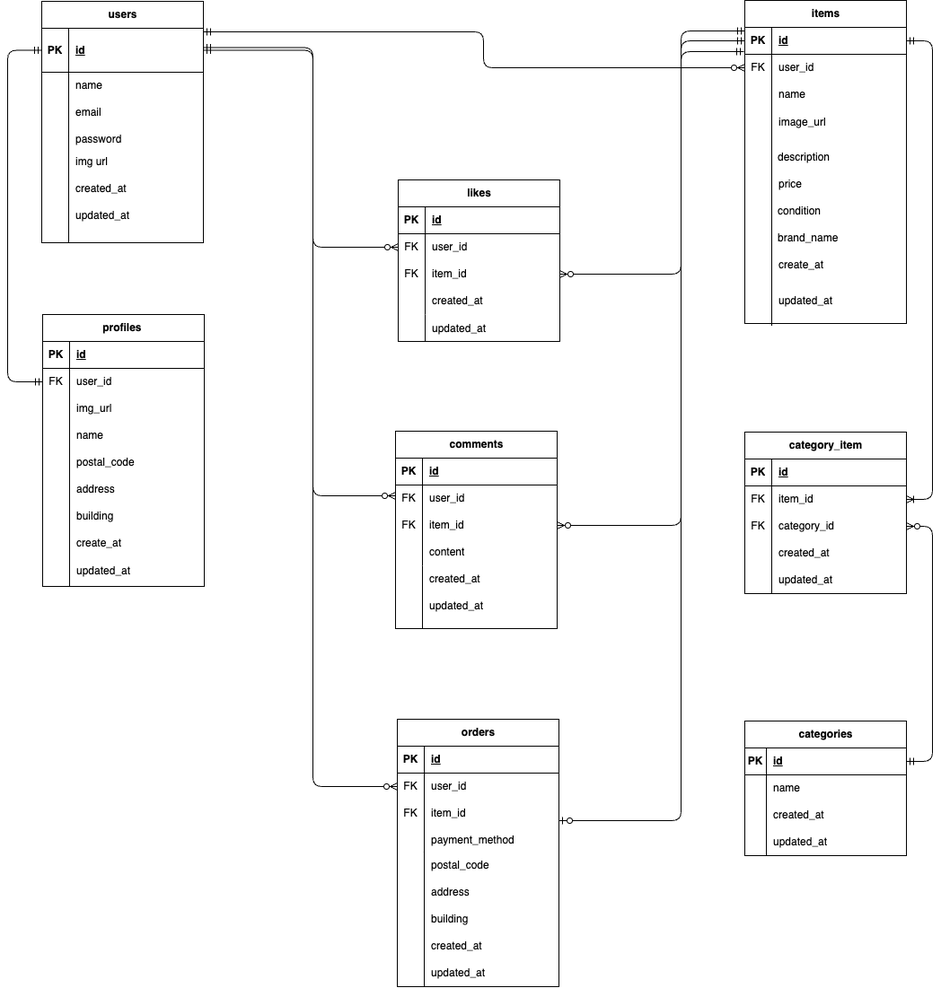
This is er-diagram.drawio.png from Ayana-del/coachtech-furima, a draw.io export, as it was before one commit. Source tidied: cells renumbered, new cells last; positions are measured from the earlier drawing's top-left corner, leaving out a move shared by most shapes.
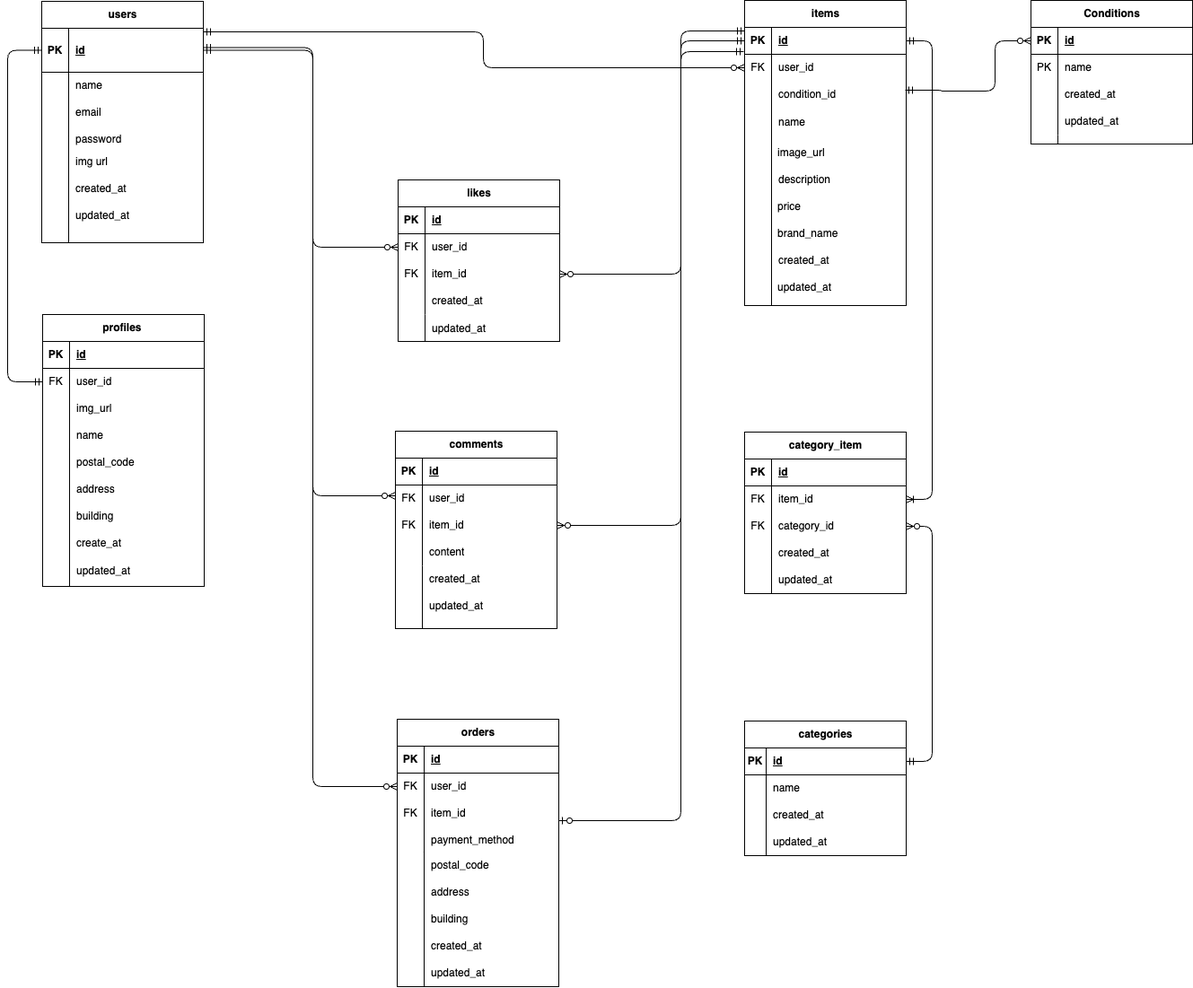
After the commit.

What changed in the source:
```diff
@@ -120,7 +120,7 @@
       <mxGeometry x="69" y="470" width="150" height="30" as="geometry" />
     </mxCell>
     <mxCell id="39" value="items" style="shape=table;startSize=30;rowLines=0;fontStyle=1;align=center;html=1;" parent="1" vertex="1">
-      <mxGeometry x="821" width="180" height="360" as="geometry" />
+      <mxGeometry x="821" width="180" height="340" as="geometry" />
     </mxCell>
     <mxCell id="40" style="shape=tableRow;horizontal=0;startSize=0;swimlaneHead=0;swimlaneBody=0;fillColor=none;points=[[0,0.5],[1,0.5]];portConstraint=eastwest;top=0;left=0;right=0;bottom=1;" parent="39" vertex="1">
       <mxGeometry y="30" width="180" height="30" as="geometry" />
@@ -146,7 +146,7 @@
     <mxCell id="47" style="shape=partialRectangle;fillColor=none;top=0;left=0;bottom=0;right=0;overflow=hidden;whiteSpace=wrap;html=1;" parent="46" vertex="1">
       <mxGeometry width="30" height="30" as="geometry" />
     </mxCell>
-    <mxCell id="48" value="name" style="shape=partialRectangle;fillColor=none;top=0;left=0;bottom=0;right=0;align=left;spacingLeft=6;overflow=hidden;whiteSpace=wrap;html=1;" parent="46" vertex="1">
+    <mxCell id="48" value="condition_id" style="shape=partialRectangle;fillColor=none;top=0;left=0;bottom=0;right=0;align=left;spacingLeft=6;overflow=hidden;whiteSpace=wrap;html=1;" parent="46" vertex="1">
       <mxGeometry x="30" width="150" height="30" as="geometry" />
     </mxCell>
     <mxCell id="49" style="shape=tableRow;horizontal=0;startSize=0;swimlaneHead=0;swimlaneBody=0;fillColor=none;top=0;left=0;right=0;bottom=0;" parent="39" vertex="1">
@@ -158,27 +158,27 @@
     <mxCell id="51" style="shape=partialRectangle;fillColor=none;top=0;left=0;bottom=0;right=0;align=left;spacingLeft=6;overflow=hidden;whiteSpace=wrap;html=1;" parent="49" vertex="1">
       <mxGeometry x="30" width="150" height="30" as="geometry" />
     </mxCell>
-    <mxCell id="52" value="description" style="shape=partialRectangle;fillColor=none;top=0;left=0;bottom=0;right=0;align=left;spacingLeft=6;overflow=hidden;whiteSpace=wrap;html=1;" parent="1" vertex="1">
-      <mxGeometry x="850" y="160" width="150" height="30" as="geometry" />
+    <mxCell id="52" value="image_url" style="shape=partialRectangle;fillColor=none;top=0;left=0;bottom=0;right=0;align=left;spacingLeft=6;overflow=hidden;whiteSpace=wrap;html=1;" parent="1" vertex="1">
+      <mxGeometry x="850" y="155" width="150" height="30" as="geometry" />
     </mxCell>
-    <mxCell id="53" value="price" style="shape=partialRectangle;fillColor=none;top=0;left=0;bottom=0;right=0;align=left;spacingLeft=6;overflow=hidden;whiteSpace=wrap;html=1;" parent="1" vertex="1">
-      <mxGeometry x="851" y="190" width="150" height="30" as="geometry" />
+    <mxCell id="53" value="description" style="shape=partialRectangle;fillColor=none;top=0;left=0;bottom=0;right=0;align=left;spacingLeft=6;overflow=hidden;whiteSpace=wrap;html=1;" parent="1" vertex="1">
+      <mxGeometry x="851" y="185" width="150" height="30" as="geometry" />
     </mxCell>
-    <mxCell id="54" value="condition" style="shape=partialRectangle;fillColor=none;top=0;left=0;bottom=0;right=0;align=left;spacingLeft=6;overflow=hidden;whiteSpace=wrap;html=1;" parent="1" vertex="1">
-      <mxGeometry x="850" y="220" width="150" height="30" as="geometry" />
+    <mxCell id="54" value="price" style="shape=partialRectangle;fillColor=none;top=0;left=0;bottom=0;right=0;align=left;spacingLeft=6;overflow=hidden;whiteSpace=wrap;html=1;" parent="1" vertex="1">
+      <mxGeometry x="850" y="215" width="150" height="30" as="geometry" />
     </mxCell>
     <mxCell id="55" value="brand_name" style="shape=partialRectangle;fillColor=none;top=0;left=0;bottom=0;right=0;align=left;spacingLeft=6;overflow=hidden;whiteSpace=wrap;html=1;" parent="1" vertex="1">
-      <mxGeometry x="850" y="250" width="150" height="30" as="geometry" />
+      <mxGeometry x="850" y="245" width="150" height="30" as="geometry" />
     </mxCell>
-    <mxCell id="56" value="create_at" style="shape=partialRectangle;fillColor=none;top=0;left=0;bottom=0;right=0;align=left;spacingLeft=6;overflow=hidden;whiteSpace=wrap;html=1;" parent="1" vertex="1">
-      <mxGeometry x="851" y="280" width="150" height="30" as="geometry" />
+    <mxCell id="56" value="created_at" style="shape=partialRectangle;fillColor=none;top=0;left=0;bottom=0;right=0;align=left;spacingLeft=6;overflow=hidden;whiteSpace=wrap;html=1;" parent="1" vertex="1">
+      <mxGeometry x="851" y="275" width="150" height="30" as="geometry" />
     </mxCell>
     <mxCell id="57" value="updated_at" style="shape=partialRectangle;fillColor=none;top=0;left=0;bottom=0;right=0;align=left;spacingLeft=6;overflow=hidden;whiteSpace=wrap;html=1;" parent="1" vertex="1">
-      <mxGeometry x="851" y="320" width="150" height="30" as="geometry" />
+      <mxGeometry x="850" y="305" width="150" height="30" as="geometry" />
     </mxCell>
     <mxCell id="58" style="endArrow=none;html=1;" parent="1" edge="1">
       <mxGeometry relative="1" as="geometry">
-        <mxPoint x="851" y="362.5" as="sourcePoint" />
+        <mxPoint x="851" y="340" as="sourcePoint" />
         <mxPoint x="851" y="117.5" as="targetPoint" />
       </mxGeometry>
     </mxCell>
@@ -428,7 +428,7 @@
         <mxPoint x="464" y="949" as="targetPoint" />
       </mxGeometry>
     </mxCell>
-    <mxCell id="137" value="image_url" style="shape=partialRectangle;fillColor=none;top=0;left=0;bottom=0;right=0;align=left;spacingLeft=6;overflow=hidden;whiteSpace=wrap;html=1;" parent="1" vertex="1">
+    <mxCell id="137" value="name" style="shape=partialRectangle;fillColor=none;top=0;left=0;bottom=0;right=0;align=left;spacingLeft=6;overflow=hidden;whiteSpace=wrap;html=1;" parent="1" vertex="1">
       <mxGeometry x="851" y="120.5" width="150" height="30" as="geometry" />
     </mxCell>
     <mxCell id="138" style="fontSize=12;html=1;endArrow=ERzeroToMany;startArrow=ERmandOne;edgeStyle=orthogonalEdgeStyle;entryX=0;entryY=0.5;entryDx=0;entryDy=0;" parent="1" edge="1" target="43">
@@ -517,5 +517,61 @@
         </Array>
       </mxGeometry>
     </mxCell>
+    <mxCell id="148" value="Conditions" style="shape=table;startSize=30;rowLines=0;fontStyle=1;align=center;html=1;" parent="1" vertex="1">
+      <mxGeometry x="1140" width="180" height="160" as="geometry" />
+    </mxCell>
+    <mxCell id="149" style="shape=tableRow;horizontal=0;startSize=0;swimlaneHead=0;swimlaneBody=0;fillColor=none;points=[[0,0.5],[1,0.5]];portConstraint=eastwest;top=0;left=0;right=0;bottom=1;" parent="148" vertex="1">
+      <mxGeometry y="30" width="180" height="30" as="geometry" />
+    </mxCell>
+    <mxCell id="150" value="PK" style="shape=partialRectangle;fillColor=none;top=0;left=0;bottom=0;right=0;fontStyle=1;overflow=hidden;whiteSpace=wrap;html=1;" parent="149" vertex="1">
+      <mxGeometry width="30" height="30" as="geometry" />
+    </mxCell>
+    <mxCell id="151" value="id" style="shape=partialRectangle;fillColor=none;top=0;left=0;bottom=0;right=0;align=left;spacingLeft=6;fontStyle=5;overflow=hidden;whiteSpace=wrap;html=1;" parent="149" vertex="1">
+      <mxGeometry x="30" width="150" height="30" as="geometry" />
+    </mxCell>
+    <mxCell id="152" style="shape=tableRow;horizontal=0;startSize=0;swimlaneHead=0;swimlaneBody=0;fillColor=none;top=0;left=0;right=0;bottom=0;" parent="148" vertex="1">
+      <mxGeometry y="60" width="180" height="30" as="geometry" />
+    </mxCell>
+    <mxCell id="153" value="PK" style="shape=partialRectangle;fillColor=none;top=0;left=0;bottom=0;right=0;overflow=hidden;whiteSpace=wrap;html=1;" parent="152" vertex="1">
+      <mxGeometry width="30" height="30" as="geometry" />
+    </mxCell>
+    <mxCell id="154" value="name" style="shape=partialRectangle;fillColor=none;top=0;left=0;bottom=0;right=0;align=left;spacingLeft=6;overflow=hidden;whiteSpace=wrap;html=1;" parent="152" vertex="1">
+      <mxGeometry x="30" width="150" height="30" as="geometry" />
+    </mxCell>
+    <mxCell id="155" style="shape=tableRow;horizontal=0;startSize=0;swimlaneHead=0;swimlaneBody=0;fillColor=none;top=0;left=0;right=0;bottom=0;" parent="148" vertex="1">
+      <mxGeometry y="90" width="180" height="30" as="geometry" />
+    </mxCell>
+    <mxCell id="156" style="shape=partialRectangle;fillColor=none;top=0;left=0;bottom=0;right=0;overflow=hidden;whiteSpace=wrap;html=1;" parent="155" vertex="1">
+      <mxGeometry width="30" height="30" as="geometry" />
+    </mxCell>
+    <mxCell id="157" value="created_at" style="shape=partialRectangle;fillColor=none;top=0;left=0;bottom=0;right=0;align=left;spacingLeft=6;overflow=hidden;whiteSpace=wrap;html=1;" parent="155" vertex="1">
+      <mxGeometry x="30" width="150" height="30" as="geometry" />
+    </mxCell>
+    <mxCell id="158" style="shape=tableRow;horizontal=0;startSize=0;swimlaneHead=0;swimlaneBody=0;fillColor=none;top=0;left=0;right=0;bottom=0;" parent="148" vertex="1">
+      <mxGeometry y="120" width="180" height="30" as="geometry" />
+    </mxCell>
+    <mxCell id="159" style="shape=partialRectangle;fillColor=none;top=0;left=0;bottom=0;right=0;overflow=hidden;whiteSpace=wrap;html=1;" parent="158" vertex="1">
+      <mxGeometry width="30" height="30" as="geometry" />
+    </mxCell>
+    <mxCell id="160" value="updated_at" style="shape=partialRectangle;fillColor=none;top=0;left=0;bottom=0;right=0;align=left;spacingLeft=6;overflow=hidden;whiteSpace=wrap;html=1;" parent="158" vertex="1">
+      <mxGeometry x="30" width="150" height="30" as="geometry" />
+    </mxCell>
+    <mxCell id="161" style="endArrow=none;html=1;" parent="1" edge="1">
+      <mxGeometry relative="1" as="geometry">
+        <mxPoint x="1170" y="160" as="sourcePoint" />
+        <mxPoint x="1170" y="150" as="targetPoint" />
+      </mxGeometry>
+    </mxCell>
+    <mxCell id="162" style="edgeStyle=orthogonalEdgeStyle;fontSize=12;html=1;endArrow=ERzeroToMany;startArrow=ERmandOne;entryX=0;entryY=0.5;entryDx=0;entryDy=0;" parent="1" edge="1" target="149">
+      <mxGeometry relative="1" as="geometry">
+        <mxPoint x="1000" y="100" as="sourcePoint" />
+        <Array as="points">
+          <mxPoint x="1040" y="100" />
+          <mxPoint x="1040" y="101" />
+          <mxPoint x="1100" y="101" />
+          <mxPoint x="1100" y="45" />
+        </Array>
+      </mxGeometry>
+    </mxCell>
   </root>
 </mxGraphModel>
```
